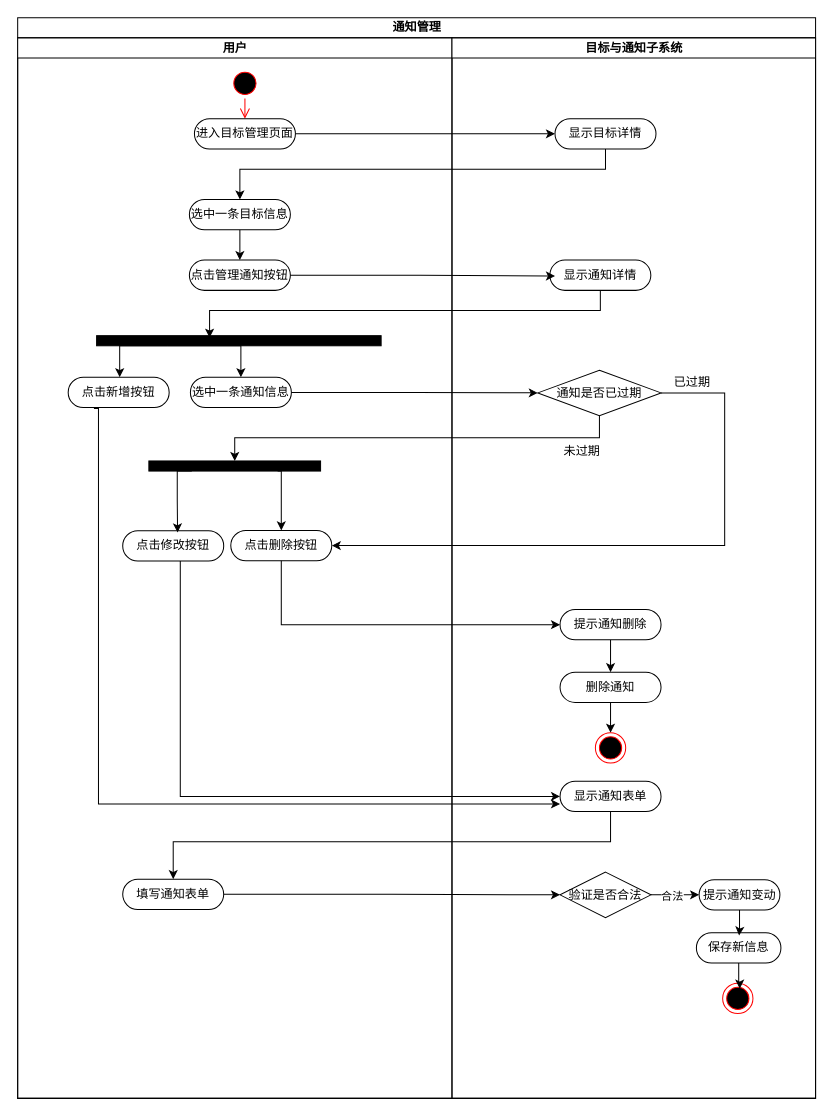
Before: 通知管理活动图.drawio in PomeloLemon/SoftwareDiagrams, a draw.io diagram. Source tidied: cells renumbered, new cells numbered last; positions are measured from the earlier drawing's top-left corner, leaving out a move shared by most shapes. Both pictures are drawn from the tidied source at 101%, with x=0, y=0 at pixel (17, 17).
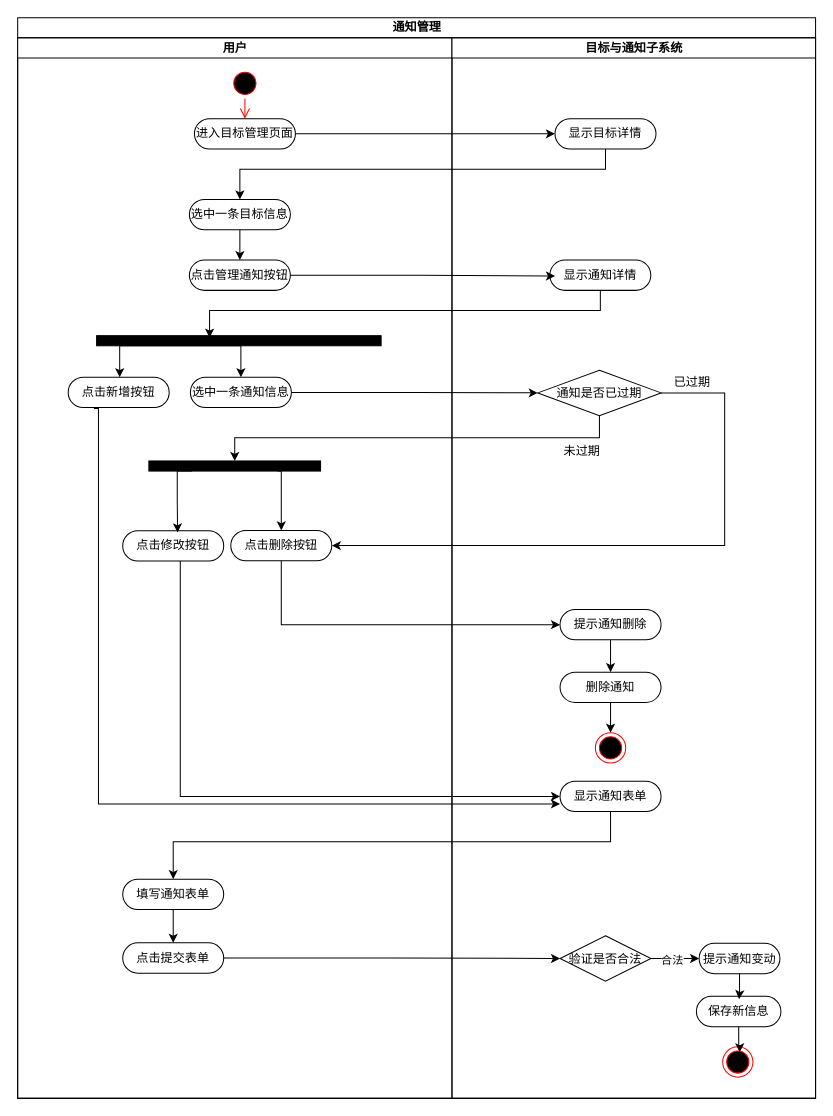
The same diagram, later.

Commit message (it also covers changes not shown here):
更新通知管理活动图.drawio

Unchanged cells that the change refers to:
```xml
<mxCell id="4" value="用户" style="swimlane;startSize=20;html=1;" parent="2" vertex="1">
  <mxGeometry y="20" width="430" height="1050" as="geometry" />
</mxCell>
<mxCell id="25" value="填写通知表单" style="rounded=1;whiteSpace=wrap;html=1;shadow=0;comic=0;labelBackgroundColor=none;strokeWidth=1;fontFamily=Verdana;fontSize=12;align=center;arcSize=50;" parent="1" vertex="1">
  <mxGeometry x="104" y="853" width="100" height="30" as="geometry" />
</mxCell>
```

The edit, as a diff of the source:
```diff
@@
+    <mxCell id="53" value="点击提交表单" style="rounded=1;whiteSpace=wrap;html=1;shadow=0;comic=0;labelBackgroundColor=none;strokeWidth=1;fontFamily=Verdana;fontSize=12;align=center;arcSize=50;" parent="4" vertex="1">
+      <mxGeometry x="104" y="896" width="100" height="30" as="geometry" />
+    </mxCell>
@@
+    <mxCell id="54" style="edgeStyle=orthogonalEdgeStyle;rounded=0;jettySize=auto;html=1;exitX=0.5;exitY=1;exitDx=0;exitDy=0;" parent="1" edge="1" source="25" target="53">
+      <mxGeometry relative="1" as="geometry" />
+    </mxCell>
@@
     <mxCell id="34" value="验证是否合法" style="rhombus;whiteSpace=wrap;html=1;" parent="1" vertex="1">
-      <mxGeometry x="537" y="846" width="90" height="45" as="geometry" />
+      <mxGeometry x="537" y="909" width="90" height="45" as="geometry" />
     </mxCell>
     <mxCell id="35" value="提示通知变动" style="rounded=1;whiteSpace=wrap;html=1;shadow=0;comic=0;labelBackgroundColor=none;strokeWidth=1;fontFamily=Verdana;fontSize=12;align=center;arcSize=50;" parent="1" vertex="1">
-      <mxGeometry x="674.7" y="853.5" width="80" height="30" as="geometry" />
+      <mxGeometry x="674.7" y="916.5" width="80" height="30" as="geometry" />
     </mxCell>
@@
     <mxCell id="38" value="保存新信息" style="rounded=1;whiteSpace=wrap;html=1;shadow=0;comic=0;labelBackgroundColor=none;strokeWidth=1;fontFamily=Verdana;fontSize=12;align=center;arcSize=50;" parent="1" vertex="1">
-      <mxGeometry x="672" y="906" width="83.7" height="30" as="geometry" />
+      <mxGeometry x="672" y="969" width="83.7" height="30" as="geometry" />
     </mxCell>
@@
     <mxCell id="40" style="ellipse;html=1;shape=endState;fillColor=#000000;strokeColor=#ff0000;" parent="1" vertex="1">
-      <mxGeometry x="698" y="956" width="30" height="30" as="geometry" />
+      <mxGeometry x="698" y="1019" width="30" height="30" as="geometry" />
     </mxCell>
@@
-    <mxCell id="47" style="edgeStyle=orthogonalEdgeStyle;rounded=0;jettySize=auto;html=1;entryX=0;entryY=0.5;entryDx=0;entryDy=0;" parent="1" edge="1" source="25" target="34">
-      <mxGeometry relative="1" as="geometry" />
-    </mxCell>
@@
+    <mxCell id="55" style="edgeStyle=orthogonalEdgeStyle;rounded=0;jettySize=auto;html=1;entryX=0;entryY=0.5;entryDx=0;entryDy=0;" parent="1" edge="1" source="53" target="34">
+      <mxGeometry relative="1" as="geometry" />
+    </mxCell>
```
